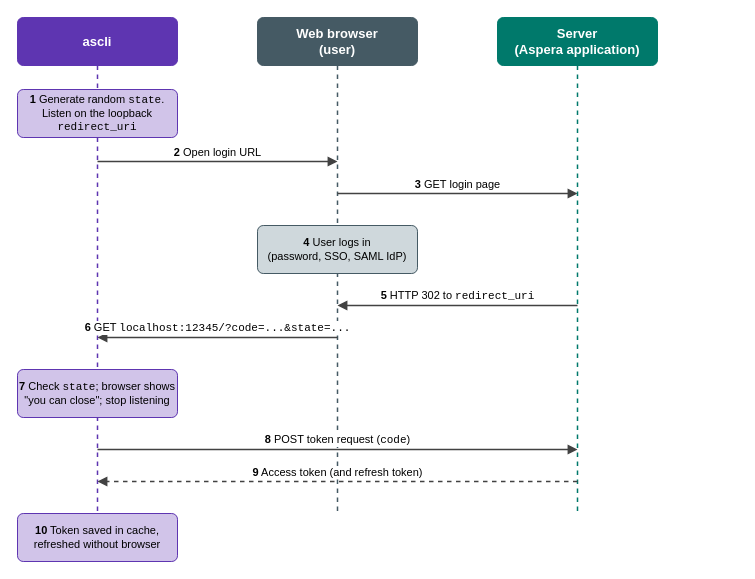
IBM/aspera-cli keeps this draw.io diagram as docs/login-flow.drawio. Above is the earlier version. Source tidied: cells renumbered, new cells numbered last; positions are measured from the earlier drawing's top-left corner, leaving out a move shared by most shapes. Both pictures are drawn from the tidied source at 100%, with x=0, y=0 at pixel (17, 17).
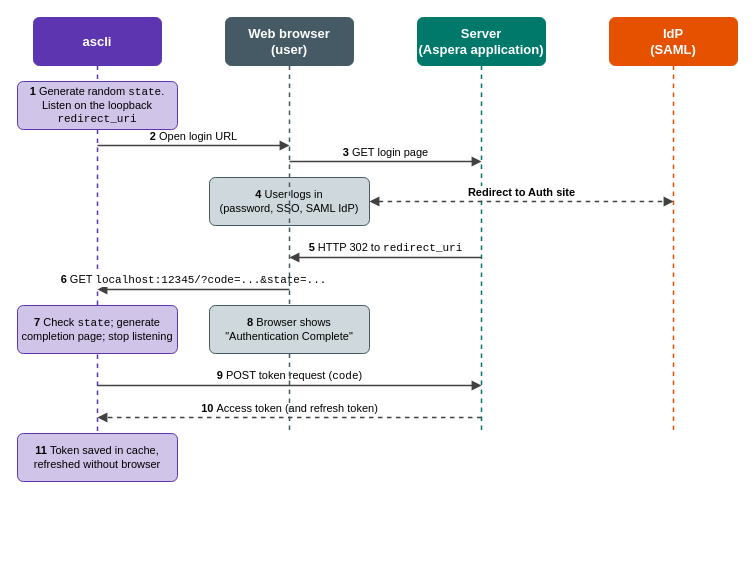
Above is the later version.

Diff of the diagram source:
```diff
@@
     <mxCell id="2" value="&lt;b&gt;ascli&lt;/b&gt;" style="rounded=1;arcSize=12;html=1;whiteSpace=wrap;fontSize=13;fillColor=#5E35B1;strokeColor=#5E35B1;fontColor=#FFFFFF;" parent="1" vertex="1">
-      <mxGeometry width="160" height="48" as="geometry" />
+      <mxGeometry x="16" width="128" height="48" as="geometry" />
     </mxCell>
-    <mxCell id="3" style="endArrow=none;dashed=1;html=1;strokeColor=#5E35B1;strokeWidth=1.5;entryX=0.5;entryY=0;entryDx=0;entryDy=0;exitX=0.5;exitY=1;exitDx=0;exitDy=0;" parent="1" edge="1" source="2" target="17">
+    <mxCell id="3" style="endArrow=none;dashed=1;html=1;strokeColor=#5E35B1;strokeWidth=1.5;entryX=0.5;entryY=0;entryDx=0;entryDy=0;exitX=0.5;exitY=1;exitDx=0;exitDy=0;" parent="1" edge="1" source="8" target="17">
       <mxGeometry relative="1" as="geometry" />
     </mxCell>
     <mxCell id="4" value="&lt;b&gt;Web browser&lt;br&gt;(user)&lt;/b&gt;" style="rounded=1;arcSize=12;html=1;whiteSpace=wrap;fontSize=13;fillColor=#455A64;strokeColor=#455A64;fontColor=#FFFFFF;" parent="1" vertex="1">
-      <mxGeometry x="240" width="160" height="48" as="geometry" />
+      <mxGeometry x="208" width="128" height="48" as="geometry" />
     </mxCell>
-    <mxCell id="5" style="endArrow=none;dashed=1;html=1;strokeColor=#455A64;strokeWidth=1.5;exitX=0.5;exitY=1;exitDx=0;exitDy=0;" parent="1" edge="1" source="4">
-      <mxGeometry relative="1" as="geometry">
-        <mxPoint x="320" y="496" as="targetPoint" />
-      </mxGeometry>
-    </mxCell>
     <mxCell id="6" value="&lt;b&gt;Server&lt;br&gt;(Aspera application)&lt;/b&gt;" style="rounded=1;arcSize=12;html=1;whiteSpace=wrap;fontSize=13;fillColor=#00796B;strokeColor=#00796B;fontColor=#FFFFFF;" parent="1" vertex="1">
-      <mxGeometry x="480" width="160" height="48" as="geometry" />
+      <mxGeometry x="400" width="128" height="48" as="geometry" />
     </mxCell>
     <mxCell id="7" style="endArrow=none;dashed=1;html=1;strokeColor=#00796B;strokeWidth=1.5;exitX=0.5;exitY=1;exitDx=0;exitDy=0;" parent="1" edge="1" source="6">
       <mxGeometry relative="1" as="geometry">
-        <mxPoint x="560" y="496" as="targetPoint" />
+        <mxPoint x="464" y="416" as="targetPoint" />
       </mxGeometry>
     </mxCell>
-    <mxCell id="8" value="&lt;b&gt;1&lt;/b&gt; Generate random &lt;font face=&quot;Courier New&quot;&gt;state&lt;/font&gt;.&lt;br&gt;Listen on the loopback &lt;font face=&quot;Courier New&quot;&gt;redirect_uri&lt;/font&gt;" style="rounded=1;arcSize=12;whiteSpace=wrap;html=1;fontSize=11;fillColor=#D1C4E9;strokeColor=#5E35B1;fontColor=#000000;" parent="1" vertex="1">
-      <mxGeometry y="72" width="160" height="48" as="geometry" />
-    </mxCell>
     <mxCell id="9" value="&lt;b&gt;2&lt;/b&gt; Open login URL" style="endArrow=block;endFill=1;html=1;strokeColor=#424242;strokeWidth=1.5;fontSize=11;labelBackgroundColor=#FFFFFF;verticalAlign=bottom;" parent="1" edge="1">
       <mxGeometry relative="1" as="geometry">
-        <mxPoint x="80" y="144" as="sourcePoint" />
-        <mxPoint x="320" y="144" as="targetPoint" />
+        <mxPoint x="80" y="128" as="sourcePoint" />
+        <mxPoint x="272" y="128" as="targetPoint" />
       </mxGeometry>
     </mxCell>
     <mxCell id="10" value="&lt;b&gt;3&lt;/b&gt; GET login page" style="endArrow=block;endFill=1;html=1;strokeColor=#424242;strokeWidth=1.5;fontSize=11;labelBackgroundColor=#FFFFFF;verticalAlign=bottom;" parent="1" edge="1">
       <mxGeometry relative="1" as="geometry">
-        <mxPoint x="320" y="176" as="sourcePoint" />
-        <mxPoint x="560" y="176" as="targetPoint" />
+        <mxPoint x="272" y="144" as="sourcePoint" />
+        <mxPoint x="464" y="144" as="targetPoint" />
       </mxGeometry>
     </mxCell>
     <mxCell id="11" value="&lt;b&gt;4&lt;/b&gt; User logs in&lt;br&gt;(password, SSO, SAML IdP)" style="rounded=1;arcSize=12;whiteSpace=wrap;html=1;fontSize=11;fillColor=#CFD8DC;strokeColor=#455A64;fontColor=#000000;" parent="1" vertex="1">
-      <mxGeometry x="240" y="208" width="160" height="48" as="geometry" />
+      <mxGeometry x="192" y="160" width="160" height="48" as="geometry" />
     </mxCell>
     <mxCell id="12" value="&lt;b&gt;5&lt;/b&gt; HTTP 302 to &lt;font face=&quot;Courier New&quot;&gt;redirect_uri&lt;/font&gt;" style="endArrow=block;endFill=1;html=1;strokeColor=#424242;strokeWidth=1.5;fontSize=11;labelBackgroundColor=#FFFFFF;verticalAlign=bottom;" parent="1" edge="1">
       <mxGeometry relative="1" as="geometry">
-        <mxPoint x="560" y="288" as="sourcePoint" />
-        <mxPoint x="320" y="288" as="targetPoint" />
+        <mxPoint x="464" y="240" as="sourcePoint" />
+        <mxPoint x="272" y="240" as="targetPoint" />
       </mxGeometry>
     </mxCell>
     <mxCell id="13" value="&lt;b&gt;6&lt;/b&gt; GET &lt;font face=&quot;Courier New&quot;&gt;localhost:12345/?code=...&amp;amp;state=...&lt;/font&gt;" style="endArrow=block;endFill=1;html=1;strokeColor=#424242;strokeWidth=1.5;fontSize=11;labelBackgroundColor=#FFFFFF;verticalAlign=bottom;" parent="1" edge="1">
       <mxGeometry relative="1" as="geometry">
-        <mxPoint x="320" y="320" as="sourcePoint" />
-        <mxPoint x="80" y="320" as="targetPoint" />
+        <mxPoint x="272" y="272" as="sourcePoint" />
+        <mxPoint x="80" y="272" as="targetPoint" />
       </mxGeometry>
     </mxCell>
-    <mxCell id="14" value="&lt;b&gt;7&lt;/b&gt; Check &lt;font face=&quot;Courier New&quot;&gt;state&lt;/font&gt;; browser shows &quot;you can close&quot;; stop listening" style="rounded=1;arcSize=12;whiteSpace=wrap;html=1;fontSize=11;fillColor=#D1C4E9;strokeColor=#5E35B1;fontColor=#000000;" parent="1" vertex="1">
-      <mxGeometry y="352" width="160" height="48" as="geometry" />
+    <mxCell id="14" value="&lt;b&gt;7&lt;/b&gt; Check &lt;font face=&quot;Courier New&quot;&gt;state&lt;/font&gt;; generate completion page; stop listening" style="rounded=1;arcSize=12;whiteSpace=wrap;html=1;fontSize=11;fillColor=#D1C4E9;strokeColor=#5E35B1;fontColor=#000000;" parent="1" vertex="1">
+      <mxGeometry y="288" width="160" height="48" as="geometry" />
     </mxCell>
-    <mxCell id="15" value="&lt;b&gt;8&lt;/b&gt; POST token request (&lt;font face=&quot;Courier New&quot;&gt;code&lt;/font&gt;)" style="endArrow=block;endFill=1;html=1;strokeColor=#424242;strokeWidth=1.5;fontSize=11;labelBackgroundColor=#FFFFFF;verticalAlign=bottom;" parent="1" edge="1">
+    <mxCell id="15" value="&lt;b&gt;9&lt;/b&gt; POST token request (&lt;font face=&quot;Courier New&quot;&gt;code&lt;/font&gt;)" style="endArrow=block;endFill=1;html=1;strokeColor=#424242;strokeWidth=1.5;fontSize=11;labelBackgroundColor=#FFFFFF;verticalAlign=bottom;" parent="1" edge="1">
       <mxGeometry relative="1" as="geometry">
-        <mxPoint x="80" y="432" as="sourcePoint" />
-        <mxPoint x="560" y="432" as="targetPoint" />
+        <mxPoint x="80" y="368" as="sourcePoint" />
+        <mxPoint x="464" y="368" as="targetPoint" />
       </mxGeometry>
     </mxCell>
-    <mxCell id="16" value="&lt;b&gt;9&lt;/b&gt; Access token (and refresh token)" style="endArrow=block;endFill=1;html=1;strokeColor=#424242;strokeWidth=1.5;fontSize=11;labelBackgroundColor=#FFFFFF;verticalAlign=bottom;dashed=1;" parent="1" edge="1">
+    <mxCell id="16" value="&lt;b&gt;10&lt;/b&gt;&amp;nbsp;Access token (and refresh token)" style="endArrow=block;endFill=1;html=1;strokeColor=#424242;strokeWidth=1.5;fontSize=11;labelBackgroundColor=#FFFFFF;verticalAlign=bottom;dashed=1;" parent="1" edge="1">
       <mxGeometry relative="1" as="geometry">
-        <mxPoint x="560" y="464" as="sourcePoint" />
-        <mxPoint x="80" y="464" as="targetPoint" />
+        <mxPoint x="464" y="400" as="sourcePoint" />
+        <mxPoint x="80" y="400" as="targetPoint" />
       </mxGeometry>
     </mxCell>
-    <mxCell id="17" value="&lt;b&gt;10&lt;/b&gt; Token saved in cache,&lt;br&gt;refreshed without browser" style="rounded=1;arcSize=12;whiteSpace=wrap;html=1;fontSize=11;fillColor=#D1C4E9;strokeColor=#5E35B1;fontColor=#000000;" parent="1" vertex="1">
-      <mxGeometry y="496" width="160" height="48" as="geometry" />
+    <mxCell id="17" value="&lt;b&gt;11&lt;/b&gt;&amp;nbsp;Token saved in cache,&lt;br&gt;refreshed without browser" style="rounded=1;arcSize=12;whiteSpace=wrap;html=1;fontSize=11;fillColor=#D1C4E9;strokeColor=#5E35B1;fontColor=#000000;" parent="1" vertex="1">
+      <mxGeometry y="416" width="160" height="48" as="geometry" />
     </mxCell>
+    <mxCell id="18" style="endArrow=none;dashed=1;html=1;strokeColor=#5E35B1;strokeWidth=1.5;entryX=0.5;entryY=0;entryDx=0;entryDy=0;exitX=0.5;exitY=1;exitDx=0;exitDy=0;" parent="1" edge="1" source="2" target="8">
+      <mxGeometry relative="1" as="geometry" />
+    </mxCell>
+    <mxCell id="8" value="&lt;b&gt;1&lt;/b&gt; Generate random &lt;font face=&quot;Courier New&quot;&gt;state&lt;/font&gt;.&lt;br&gt;Listen on the loopback &lt;font face=&quot;Courier New&quot;&gt;redirect_uri&lt;/font&gt;" style="rounded=1;arcSize=12;whiteSpace=wrap;html=1;fontSize=11;fillColor=#D1C4E9;strokeColor=#5E35B1;fontColor=#000000;" parent="1" vertex="1">
+      <mxGeometry y="64" width="160" height="48" as="geometry" />
+    </mxCell>
+    <mxCell id="19" style="endArrow=none;dashed=1;html=1;strokeColor=#455A64;strokeWidth=1.5;exitX=0.5;exitY=1;exitDx=0;exitDy=0;" parent="1" edge="1" source="4">
+      <mxGeometry relative="1" as="geometry">
+        <mxPoint x="272" y="416" as="targetPoint" />
+      </mxGeometry>
+    </mxCell>
+    <mxCell id="20" value="&lt;b&gt;8&lt;/b&gt;&amp;nbsp;Browser shows &quot;Authentication Complete&quot;" style="rounded=1;arcSize=12;whiteSpace=wrap;html=1;fontSize=11;fillColor=#CFD8DC;strokeColor=#455A64;fontColor=#000000;" parent="1" vertex="1">
+      <mxGeometry x="192" y="288" width="160" height="48" as="geometry" />
+    </mxCell>
+    <mxCell id="21" value="&lt;b&gt;IdP&lt;/b&gt;&lt;div&gt;&lt;b&gt;(SAML)&lt;/b&gt;&lt;/div&gt;" style="rounded=1;arcSize=12;html=1;whiteSpace=wrap;fontSize=13;fillColor=#E65100;strokeColor=#E65100;fontColor=#FFFFFF;" parent="1" vertex="1">
+      <mxGeometry x="592" width="128" height="48" as="geometry" />
+    </mxCell>
+    <mxCell id="22" style="endArrow=none;dashed=1;html=1;strokeColor=#E65100;strokeWidth=1.5;exitX=0.5;exitY=1;exitDx=0;exitDy=0;" parent="1" edge="1" source="21">
+      <mxGeometry relative="1" as="geometry">
+        <mxPoint x="656" y="416" as="targetPoint" />
+      </mxGeometry>
+    </mxCell>
+    <mxCell id="23" value="&lt;b&gt;Redirect to Auth site&lt;/b&gt;" style="startArrow=block;startFill=1;endArrow=block;endFill=1;html=1;strokeColor=#424242;strokeWidth=1.5;fontSize=11;labelBackgroundColor=#FFFFFF;verticalAlign=bottom;dashed=1;exitX=1;exitY=0.5;exitDx=0;exitDy=0;" parent="1" edge="1" source="11">
+      <mxGeometry relative="1" as="geometry">
+        <mxPoint x="656" y="184" as="targetPoint" />
+      </mxGeometry>
+    </mxCell>
```
